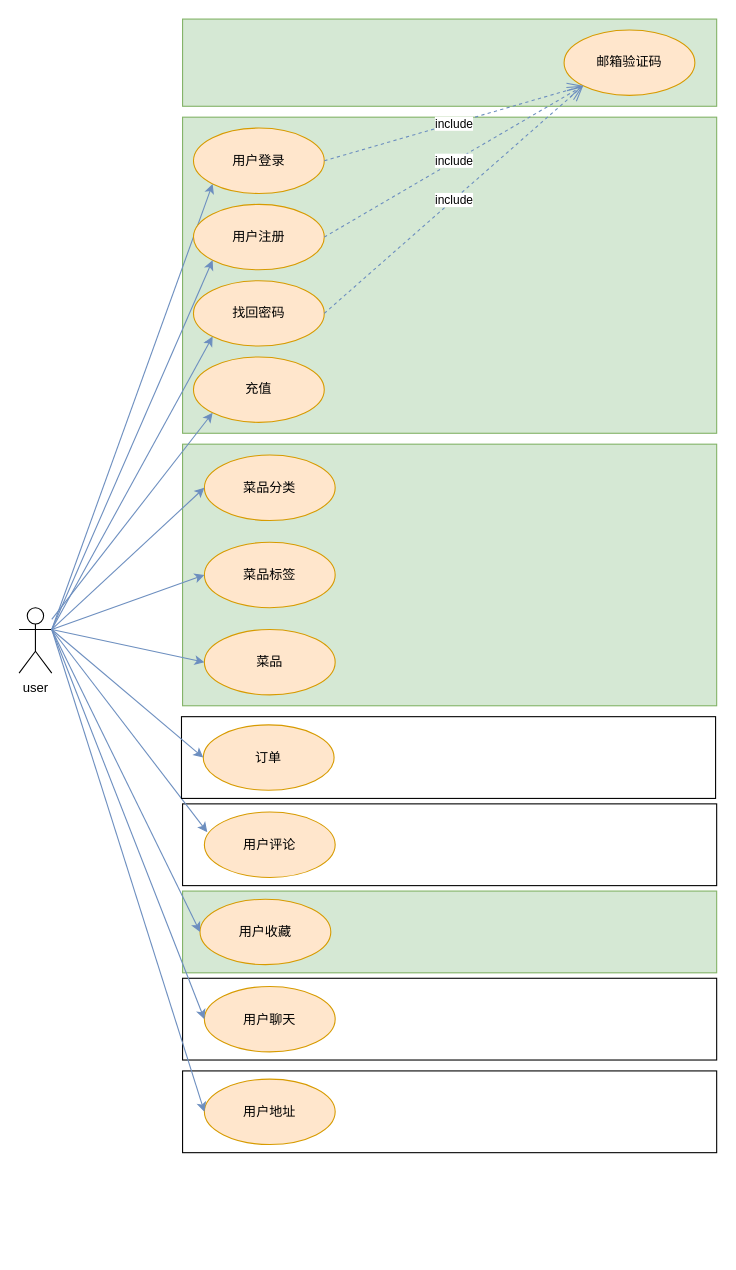
This is prds/01uml用例图.drawio from matrix-johnjohn/EatGo-Ordering-App, a draw.io file, before an edit. Source tidied: cells renumbered, new cells numbered last; positions are measured from the earlier drawing's top-left corner, leaving out a move shared by most shapes. Both pictures are drawn from the tidied source at 109%, with x=0, y=0 at pixel (19, 19).
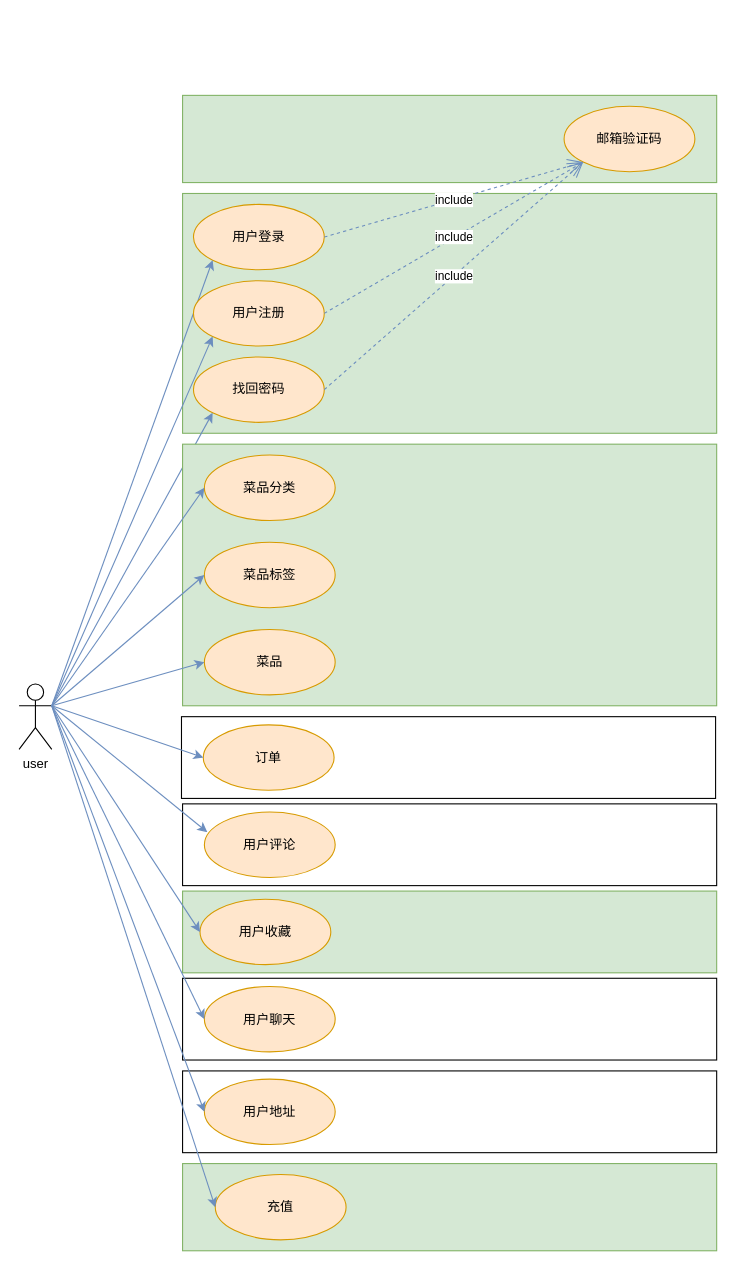
After the change.

Diff of the diagram source:
```diff
@@
     <mxCell id="2" style="rounded=0;whiteSpace=wrap;html=1;fillColor=#d5e8d4;strokeColor=#82b366;" parent="1" vertex="1">
-      <mxGeometry x="150" width="490" height="80" as="geometry" />
+      <mxGeometry x="150" y="70" width="490" height="80" as="geometry" />
     </mxCell>
     <mxCell id="3" value="user" style="shape=umlActor;verticalLabelPosition=bottom;verticalAlign=top;html=1;outlineConnect=0;" parent="1" vertex="1">
-      <mxGeometry y="540" width="30" height="60" as="geometry" />
+      <mxGeometry y="610" width="30" height="60" as="geometry" />
     </mxCell>
     <mxCell id="4" style="rounded=0;whiteSpace=wrap;html=1;fillColor=#d5e8d4;strokeColor=#82b366;" parent="1" vertex="1">
-      <mxGeometry x="150" y="90" width="490" height="290" as="geometry" />
+      <mxGeometry x="150" y="160" width="490" height="220" as="geometry" />
     </mxCell>
     <mxCell id="5" value="用户登录" style="ellipse;whiteSpace=wrap;html=1;fillColor=#ffe6cc;strokeColor=#d79b00;" parent="1" vertex="1">
-      <mxGeometry x="160" y="100" width="120" height="60" as="geometry" />
+      <mxGeometry x="160" y="170" width="120" height="60" as="geometry" />
     </mxCell>
@@
     <mxCell id="7" value="邮箱验证码" style="ellipse;whiteSpace=wrap;html=1;fillColor=#ffe6cc;strokeColor=#d79b00;" parent="1" vertex="1">
-      <mxGeometry x="500" y="10" width="120" height="60" as="geometry" />
+      <mxGeometry x="500" y="80" width="120" height="60" as="geometry" />
     </mxCell>
@@
     <mxCell id="9" value="用户注册" style="ellipse;whiteSpace=wrap;html=1;fillColor=#ffe6cc;strokeColor=#d79b00;" parent="1" vertex="1">
-      <mxGeometry x="160" y="170" width="120" height="60" as="geometry" />
+      <mxGeometry x="160" y="240" width="120" height="60" as="geometry" />
     </mxCell>
@@
     <mxCell id="12" value="找回密码" style="ellipse;whiteSpace=wrap;html=1;fillColor=#ffe6cc;strokeColor=#d79b00;" parent="1" vertex="1">
-      <mxGeometry x="160" y="240" width="120" height="60" as="geometry" />
+      <mxGeometry x="160" y="310" width="120" height="60" as="geometry" />
     </mxCell>
@@
+    <mxCell id="39" style="rounded=0;whiteSpace=wrap;html=1;fillColor=#d5e8d4;strokeColor=#82b366;" parent="1" vertex="1">
+      <mxGeometry x="150" y="1050" width="490" height="80" as="geometry" />
+    </mxCell>
     <mxCell id="37" value="充值" style="ellipse;whiteSpace=wrap;html=1;fillColor=#ffe6cc;strokeColor=#d79b00;" parent="1" vertex="1">
-      <mxGeometry x="160" y="310" width="120" height="60" as="geometry" />
+      <mxGeometry x="180" y="1060" width="120" height="60" as="geometry" />
     </mxCell>
-    <mxCell id="38" style="endArrow=classic;html=1;rounded=0;fillColor=#dae8fc;strokeColor=#6c8ebf;entryX=0;entryY=1;entryDx=0;entryDy=0;" parent="1" edge="1" source="3" target="37">
+    <mxCell id="38" style="endArrow=classic;html=1;rounded=0;exitX=1;exitY=0.3333333333333333;exitDx=0;exitDy=0;exitPerimeter=0;fillColor=#dae8fc;strokeColor=#6c8ebf;entryX=0;entryY=0.5;entryDx=0;entryDy=0;" parent="1" edge="1" source="3" target="37">
       <mxGeometry relative="1" as="geometry" />
     </mxCell>
```
